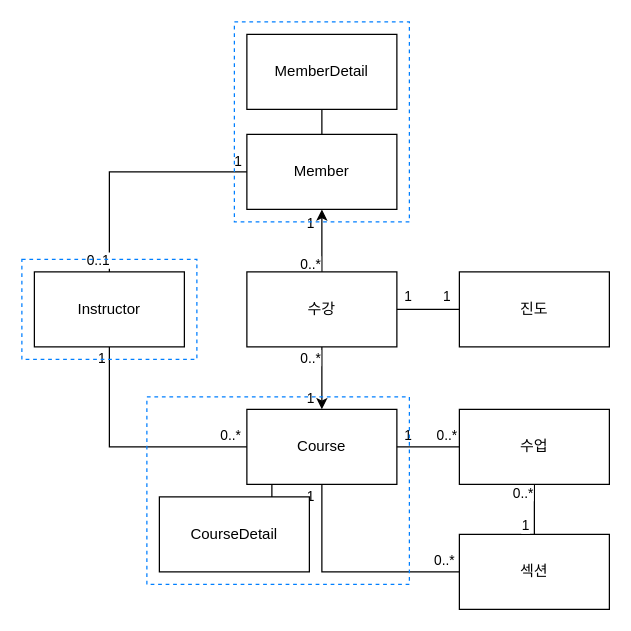
This is 도메인모델.drawio from mrpark219/toby-clean-spring-ddd-hexagonal, a draw.io file, before an edit. Source tidied: cells renumbered, new cells numbered last; positions are measured from the earlier drawing's top-left corner, leaving out a move shared by most shapes. Both pictures are drawn from the tidied source at 125%, with x=0, y=0 at pixel (21, 21).
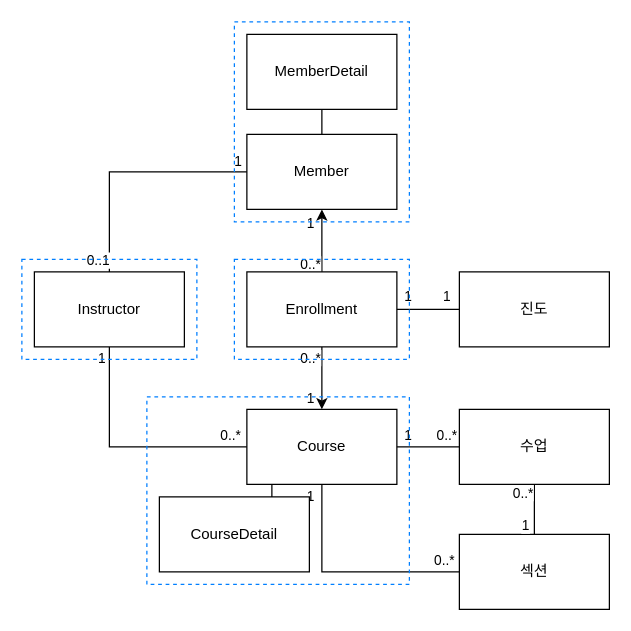
The same page after the edit.

The edit, as a diff of the source:
```diff
@@
-    <mxCell id="12" value="수강" style="rounded=0;whiteSpace=wrap;html=1;" parent="1" vertex="1">
+    <mxCell id="12" value="Enrollment" style="rounded=0;whiteSpace=wrap;html=1;" parent="1" vertex="1">
       <mxGeometry x="180" y="200" width="120" height="60" as="geometry" />
     </mxCell>
@@
+    <mxCell id="39" style="rounded=0;whiteSpace=wrap;html=1;strokeColor=#007FFF;fillColor=none;dashed=1;" parent="1" vertex="1">
+      <mxGeometry x="170" y="190" width="140" height="80" as="geometry" />
+    </mxCell>
```
